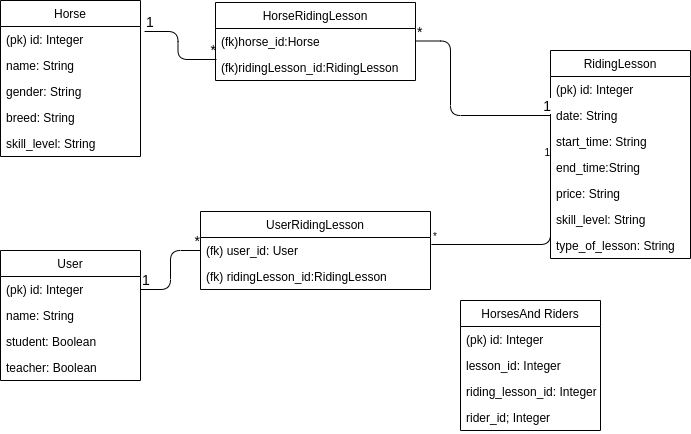
Before: documentation/img/horseApp.png, a diagram exported from draw.io (millakortelainen/horseApp). Source tidied: cells renumbered, new cells last; positions are measured from the earlier drawing's top-left corner, leaving out a move shared by most shapes.
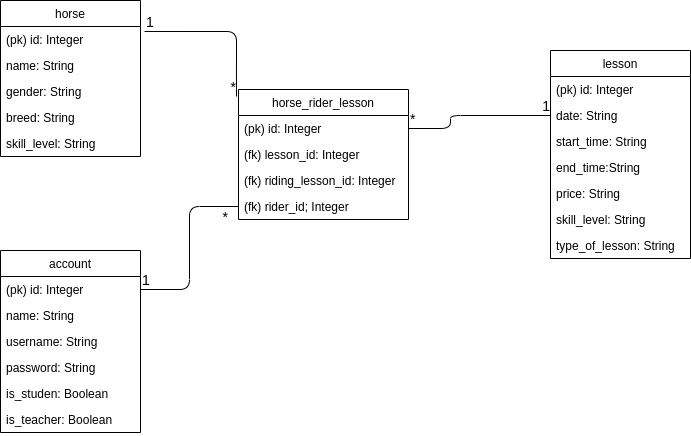
After the commit.

Commit message:
update database diagram2

Change to the diagram source:
```diff
@@ -2,7 +2,7 @@
   <root>
     <mxCell id="0" />
     <mxCell id="1" parent="0" />
-    <mxCell id="2" value="Horse" style="swimlane;fontStyle=0;horizontal=1;startSize=26;fillColor=none;" parent="1" vertex="1">
+    <mxCell id="2" value="horse" style="swimlane;fontStyle=0;horizontal=1;startSize=26;fillColor=none;" parent="1" vertex="1">
       <mxGeometry width="140" height="156" as="geometry" />
     </mxCell>
     <mxCell id="3" value="(pk) id: Integer" style="text;strokeColor=none;fillColor=none;align=left;verticalAlign=top;spacingLeft=4;spacingRight=4;overflow=hidden;points=[[0,0.5],[1,0.5]];portConstraint=eastwest;" parent="2" vertex="1">
@@ -20,8 +20,8 @@
     <mxCell id="7" value="skill_level: String" style="text;strokeColor=none;fillColor=none;align=left;verticalAlign=top;spacingLeft=4;spacingRight=4;overflow=hidden;" parent="2" vertex="1">
       <mxGeometry y="130" width="140" height="26" as="geometry" />
     </mxCell>
-    <mxCell id="8" value="User" style="swimlane;fontStyle=0;horizontal=1;startSize=26;fillColor=none;" parent="1" vertex="1">
-      <mxGeometry y="250" width="140" height="130" as="geometry" />
+    <mxCell id="8" value="account" style="swimlane;fontStyle=0;horizontal=1;startSize=26;fillColor=none;" parent="1" vertex="1">
+      <mxGeometry y="250" width="140" height="182" as="geometry" />
     </mxCell>
     <mxCell id="9" value="(pk) id: Integer" style="text;strokeColor=none;fillColor=none;align=left;verticalAlign=top;spacingLeft=4;spacingRight=4;overflow=hidden;points=[[0,0.5],[1,0.5]];portConstraint=eastwest;" parent="8" vertex="1">
       <mxGeometry y="26" width="140" height="26" as="geometry" />
@@ -29,13 +29,19 @@
     <mxCell id="10" value="name: String" style="text;strokeColor=none;fillColor=none;align=left;verticalAlign=top;spacingLeft=4;spacingRight=4;overflow=hidden;" parent="8" vertex="1">
       <mxGeometry y="52" width="140" height="26" as="geometry" />
     </mxCell>
-    <mxCell id="11" value="student: Boolean" style="text;strokeColor=none;fillColor=none;align=left;verticalAlign=top;spacingLeft=4;spacingRight=4;overflow=hidden;" parent="8" vertex="1">
+    <mxCell id="11" value="username: String" style="text;strokeColor=none;fillColor=none;align=left;verticalAlign=top;spacingLeft=4;spacingRight=4;overflow=hidden;" parent="8" vertex="1">
       <mxGeometry y="78" width="140" height="26" as="geometry" />
     </mxCell>
-    <mxCell id="12" value="teacher: Boolean" style="text;strokeColor=none;fillColor=none;align=left;verticalAlign=top;spacingLeft=4;spacingRight=4;overflow=hidden;" parent="8" vertex="1">
+    <mxCell id="12" value="password: String" style="text;strokeColor=none;fillColor=none;align=left;verticalAlign=top;spacingLeft=4;spacingRight=4;overflow=hidden;" parent="8" vertex="1">
       <mxGeometry y="104" width="140" height="26" as="geometry" />
     </mxCell>
+    <mxCell id="44" value="is_studen: Boolean" style="text;strokeColor=none;fillColor=none;align=left;verticalAlign=top;spacingLeft=4;spacingRight=4;overflow=hidden;" parent="8" vertex="1">
+      <mxGeometry y="130" width="140" height="26" as="geometry" />
+    </mxCell>
+    <mxCell id="45" value="is_teacher: Boolean" style="text;strokeColor=none;fillColor=none;align=left;verticalAlign=top;spacingLeft=4;spacingRight=4;overflow=hidden;" parent="8" vertex="1">
+      <mxGeometry y="156" width="140" height="26" as="geometry" />
+    </mxCell>
-    <mxCell id="13" value="RidingLesson" style="swimlane;fontStyle=0;horizontal=1;startSize=26;fillColor=none;" parent="1" vertex="1">
+    <mxCell id="13" value="lesson" style="swimlane;fontStyle=0;horizontal=1;startSize=26;fillColor=none;" parent="1" vertex="1">
       <mxGeometry x="550" y="50" width="140" height="208" as="geometry" />
     </mxCell>
     <mxCell id="14" value="(pk) id: Integer" style="text;strokeColor=none;fillColor=none;align=left;verticalAlign=top;spacingLeft=4;spacingRight=4;overflow=hidden;" parent="13" vertex="1">
@@ -59,16 +65,18 @@
     <mxCell id="20" value="type_of_lesson: String" style="text;strokeColor=none;fillColor=none;align=left;verticalAlign=top;spacingLeft=4;spacingRight=4;overflow=hidden;" parent="13" vertex="1">
       <mxGeometry y="182" width="140" height="26" as="geometry" />
     </mxCell>
-    <mxCell id="21" style="endArrow=none;html=1;edgeStyle=orthogonalEdgeStyle;entryX=0;entryY=0.5;entryDx=0;entryDy=0;exitX=1;exitY=0.5;exitDx=0;exitDy=0;" parent="1" edge="1" source="9" target="28">
+    <mxCell id="21" style="endArrow=none;html=1;edgeStyle=orthogonalEdgeStyle;exitX=1;exitY=0.5;exitDx=0;exitDy=0;entryX=0;entryY=0.5;entryDx=0;entryDy=0;" parent="1" edge="1" source="9" target="43">
       <mxGeometry relative="1" as="geometry" />
     </mxCell>
     <mxCell id="22" value="&lt;font style=&quot;font-size: 14px&quot;&gt;1&lt;/font&gt;" style="html=1;align=left;verticalAlign=bottom;labelBackgroundColor=#ffffff;fontSize=10;" parent="21" vertex="1">
       <mxGeometry x="-1" relative="1" as="geometry" />
     </mxCell>
     <mxCell id="23" value="&lt;font style=&quot;font-size: 14px&quot;&gt;*&lt;/font&gt;" style="html=1;align=right;verticalAlign=bottom;labelBackgroundColor=#ffffff;fontSize=10;" parent="21" vertex="1">
-      <mxGeometry x="1" relative="1" as="geometry" />
+      <mxGeometry x="1" relative="1" as="geometry">
+        <mxPoint x="-10" y="20" as="offset" />
+      </mxGeometry>
     </mxCell>
-    <mxCell id="24" style="endArrow=none;html=1;edgeStyle=orthogonalEdgeStyle;exitX=1.029;exitY=0.192;exitDx=0;exitDy=0;exitPerimeter=0;entryX=0.005;entryY=0.192;entryDx=0;entryDy=0;entryPerimeter=0;" parent="1" edge="1" source="3" target="32">
+    <mxCell id="24" style="endArrow=none;html=1;edgeStyle=orthogonalEdgeStyle;exitX=1.029;exitY=0.192;exitDx=0;exitDy=0;exitPerimeter=0;entryX=-0.012;entryY=0.054;entryDx=0;entryDy=0;entryPerimeter=0;" parent="1" edge="1" source="3" target="39">
       <mxGeometry relative="1" as="geometry" />
     </mxCell>
     <mxCell id="25" value="&lt;font style=&quot;font-size: 14px&quot;&gt;1&lt;/font&gt;" style="html=1;align=left;verticalAlign=bottom;labelBackgroundColor=#ffffff;fontSize=10;" parent="24" vertex="1">
@@ -77,29 +85,10 @@
     <mxCell id="26" value="&lt;font style=&quot;font-size: 14px&quot;&gt;*&lt;/font&gt;" style="html=1;align=right;verticalAlign=bottom;labelBackgroundColor=#ffffff;fontSize=10;" parent="24" vertex="1">
       <mxGeometry x="1" relative="1" as="geometry" />
     </mxCell>
-    <mxCell id="27" value="UserRidingLesson" style="swimlane;fontStyle=0;horizontal=1;startSize=26;fillColor=none;" parent="1" vertex="1">
-      <mxGeometry x="200" y="211" width="230" height="78" as="geometry" />
-    </mxCell>
-    <mxCell id="28" value="(fk) user_id: User" style="text;strokeColor=none;fillColor=none;align=left;verticalAlign=top;spacingLeft=4;spacingRight=4;overflow=hidden;points=[[0,0.5],[1,0.5]];portConstraint=eastwest;" parent="27" vertex="1">
-      <mxGeometry y="26" width="230" height="26" as="geometry" />
-    </mxCell>
-    <mxCell id="29" value="(fk) ridingLesson_id:RidingLesson" style="text;strokeColor=none;fillColor=none;align=left;verticalAlign=top;spacingLeft=4;spacingRight=4;overflow=hidden;" parent="27" vertex="1">
-      <mxGeometry y="52" width="230" height="26" as="geometry" />
-    </mxCell>
-    <mxCell id="30" value="HorseRidingLesson" style="swimlane;fontStyle=0;horizontal=1;startSize=26;fillColor=none;" parent="1" vertex="1">
-      <mxGeometry x="215" y="2" width="200" height="78" as="geometry" />
-    </mxCell>
-    <mxCell id="31" value="(fk)horse_id:Horse" style="text;strokeColor=none;fillColor=none;align=left;verticalAlign=top;spacingLeft=4;spacingRight=4;overflow=hidden;" parent="30" vertex="1">
-      <mxGeometry y="26" width="200" height="26" as="geometry" />
-    </mxCell>
-    <mxCell id="32" value="(fk)ridingLesson_id:RidingLesson" style="text;strokeColor=none;fillColor=none;align=left;verticalAlign=top;spacingLeft=4;spacingRight=4;overflow=hidden;points=[[0,0.5],[1,0.5]];portConstraint=eastwest;" parent="30" vertex="1">
-      <mxGeometry y="52" width="200" height="26" as="geometry" />
-    </mxCell>
-    <mxCell id="33" style="endArrow=none;html=1;edgeStyle=orthogonalEdgeStyle;entryX=0;entryY=0.5;entryDx=0;entryDy=0;" parent="1" edge="1" target="15">
+    <mxCell id="33" style="endArrow=none;html=1;edgeStyle=orthogonalEdgeStyle;entryX=0;entryY=0.5;entryDx=0;entryDy=0;exitX=1;exitY=0.5;exitDx=0;exitDy=0;" parent="1" edge="1" source="40" target="15">
       <mxGeometry relative="1" as="geometry">
-        <mxPoint x="415" y="40.5" as="sourcePoint" />
         <Array as="points">
-          <mxPoint x="450" y="41" />
+          <mxPoint x="450" y="128" />
           <mxPoint x="450" y="115" />
         </Array>
       </mxGeometry>
@@ -110,31 +99,20 @@
     <mxCell id="35" value="&lt;font style=&quot;font-size: 14px&quot;&gt;1&lt;/font&gt;" style="html=1;align=right;verticalAlign=bottom;labelBackgroundColor=#ffffff;fontSize=10;" parent="33" vertex="1">
       <mxGeometry x="1" relative="1" as="geometry" />
     </mxCell>
-    <mxCell id="36" style="endArrow=none;html=1;edgeStyle=orthogonalEdgeStyle;entryX=0;entryY=0.231;entryDx=0;entryDy=0;entryPerimeter=0;exitX=1.004;exitY=0.269;exitDx=0;exitDy=0;exitPerimeter=0;" parent="1" edge="1" source="28">
-      <mxGeometry relative="1" as="geometry">
-        <mxPoint x="550" y="160" as="targetPoint" />
-      </mxGeometry>
-    </mxCell>
-    <mxCell id="37" value="*" style="html=1;align=left;verticalAlign=bottom;labelBackgroundColor=#ffffff;fontSize=10;" parent="36" vertex="1">
-      <mxGeometry x="-1" relative="1" as="geometry" />
-    </mxCell>
-    <mxCell id="38" value="1" style="html=1;align=right;verticalAlign=bottom;labelBackgroundColor=#ffffff;fontSize=10;" parent="36" vertex="1">
-      <mxGeometry x="1" relative="1" as="geometry" />
-    </mxCell>
-    <mxCell id="39" value="HorsesAnd Riders" style="swimlane;fontStyle=0;horizontal=1;startSize=26;fillColor=none;" parent="1" vertex="1">
-      <mxGeometry x="460" y="300" width="140" height="130" as="geometry" />
+    <mxCell id="39" value="horse_rider_lesson" style="swimlane;fontStyle=0;horizontal=1;startSize=26;fillColor=none;" parent="1" vertex="1">
+      <mxGeometry x="238" y="89" width="170" height="130" as="geometry" />
     </mxCell>
     <mxCell id="40" value="(pk) id: Integer" style="text;strokeColor=none;fillColor=none;align=left;verticalAlign=top;spacingLeft=4;spacingRight=4;overflow=hidden;points=[[0,0.5],[1,0.5]];portConstraint=eastwest;" parent="39" vertex="1">
-      <mxGeometry y="26" width="140" height="26" as="geometry" />
+      <mxGeometry y="26" width="170" height="26" as="geometry" />
     </mxCell>
-    <mxCell id="41" value="lesson_id: Integer" style="text;strokeColor=none;fillColor=none;align=left;verticalAlign=top;spacingLeft=4;spacingRight=4;overflow=hidden;" parent="39" vertex="1">
-      <mxGeometry y="52" width="140" height="26" as="geometry" />
+    <mxCell id="41" value="(fk) lesson_id: Integer" style="text;strokeColor=none;fillColor=none;align=left;verticalAlign=top;spacingLeft=4;spacingRight=4;overflow=hidden;" parent="39" vertex="1">
+      <mxGeometry y="52" width="170" height="26" as="geometry" />
     </mxCell>
-    <mxCell id="42" value="riding_lesson_id: Integer" style="text;strokeColor=none;fillColor=none;align=left;verticalAlign=top;spacingLeft=4;spacingRight=4;overflow=hidden;" parent="39" vertex="1">
-      <mxGeometry y="78" width="140" height="26" as="geometry" />
+    <mxCell id="42" value="(fk) riding_lesson_id: Integer" style="text;strokeColor=none;fillColor=none;align=left;verticalAlign=top;spacingLeft=4;spacingRight=4;overflow=hidden;" parent="39" vertex="1">
+      <mxGeometry y="78" width="170" height="26" as="geometry" />
     </mxCell>
-    <mxCell id="43" value="rider_id; Integer" style="text;strokeColor=none;fillColor=none;align=left;verticalAlign=top;spacingLeft=4;spacingRight=4;overflow=hidden;points=[[0,0.5],[1,0.5]];portConstraint=eastwest;" parent="39" vertex="1">
-      <mxGeometry y="104" width="140" height="26" as="geometry" />
+    <mxCell id="43" value="(fk) rider_id; Integer" style="text;strokeColor=none;fillColor=none;align=left;verticalAlign=top;spacingLeft=4;spacingRight=4;overflow=hidden;points=[[0,0.5],[1,0.5]];portConstraint=eastwest;" parent="39" vertex="1">
+      <mxGeometry y="104" width="170" height="26" as="geometry" />
     </mxCell>
   </root>
 </mxGraphModel>
```
